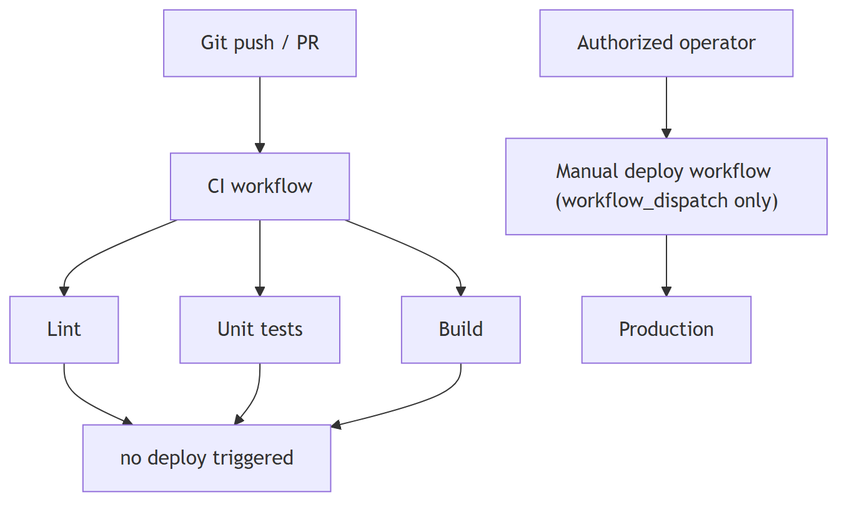
Before: docs/assets/diagrams/deployment-ci-vs-deploy.png, a diagram exported from Mermaid (OraOneHQ/oraone-web). Its source is kept beside it as scripts/diagram/src/deployment-ci-vs-deploy.mmd.
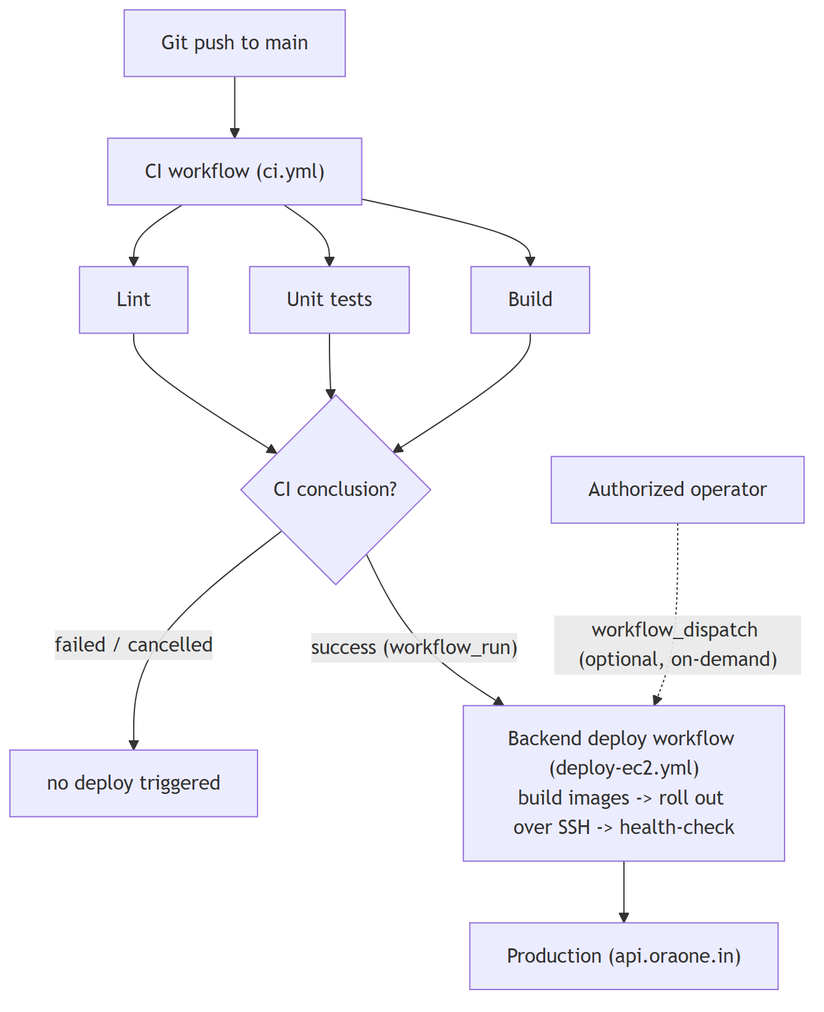
After the commit.

What changed in the source:
```diff
@@ -1,11 +1,15 @@
 flowchart TD
-    Push["Git push / PR"] --> CI["CI workflow"]
+    Push["Git push to main"] --> CI["CI workflow (ci.yml)"]
     CI --> Lint["Lint"]
     CI --> Tests["Unit tests"]
     CI --> Build["Build"]
-    Lint --> NoDeploy["no deploy triggered"]
-    Tests --> NoDeploy
-    Build --> NoDeploy
 
-    Operator["Authorized operator"] --> ManualDeploy["Manual deploy workflow (workflow_dispatch only)"]
-    ManualDeploy --> Prod["Production"]
+    Lint --> Gate{"CI conclusion?"}
+    Tests --> Gate
+    Build --> Gate
+
+    Gate -->|"failed / cancelled"| NoDeploy["no deploy triggered"]
+    Gate -->|"success (workflow_run)"| AutoDeploy["Backend deploy workflow (deploy-ec2.yml)<br/>build images -> roll out over SSH -> health-check"]
+    Operator["Authorized operator"] -.->|"workflow_dispatch (optional, on-demand)"| AutoDeploy
+
+    AutoDeploy --> Prod["Production (api.oraone.in)"]
```
